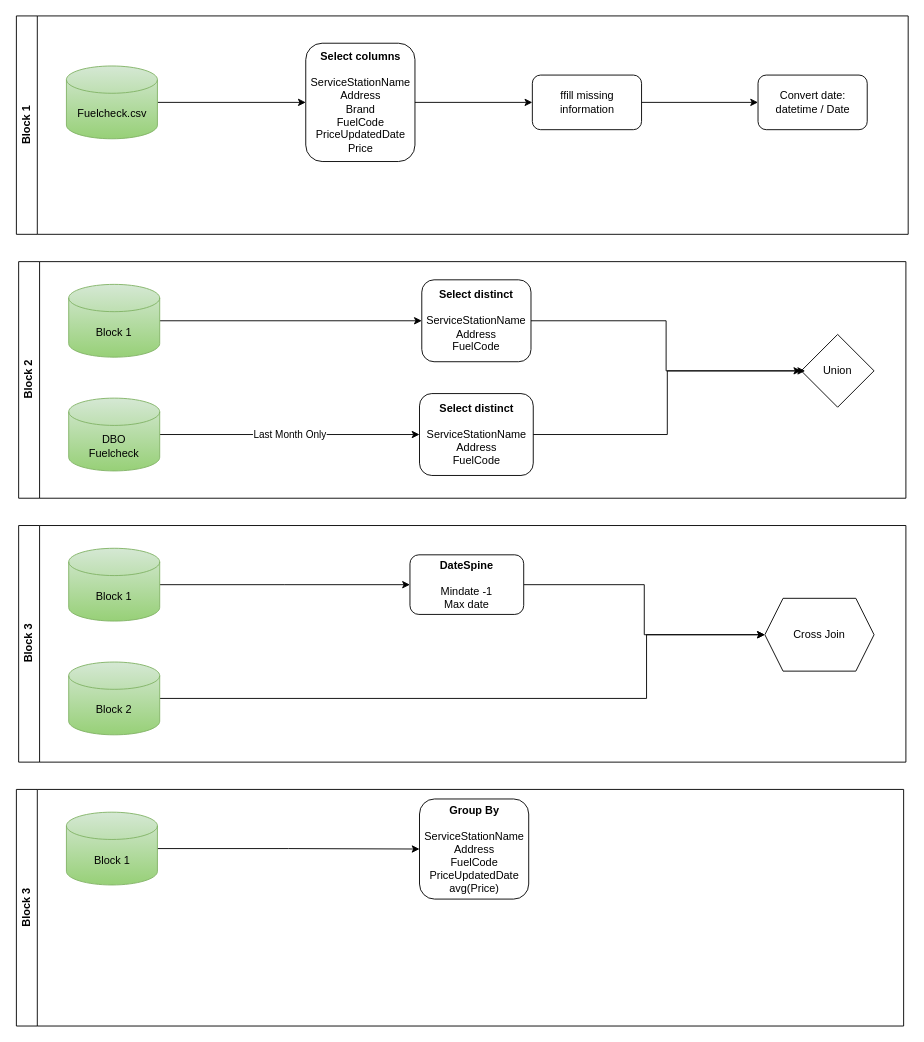
Constellation-Analytics/NSW-Fuel-Price-Insights keeps this draw.io diagram as documentation/dataflow specs/Module 1 DFD.drawio. Above is the earlier version. Source tidied: cells renumbered, new cells numbered last; positions are measured from the earlier drawing's top-left corner, leaving out a move shared by most shapes. Both pictures are drawn from the tidied source at 91%, with x=0, y=0 at pixel (16, 15).
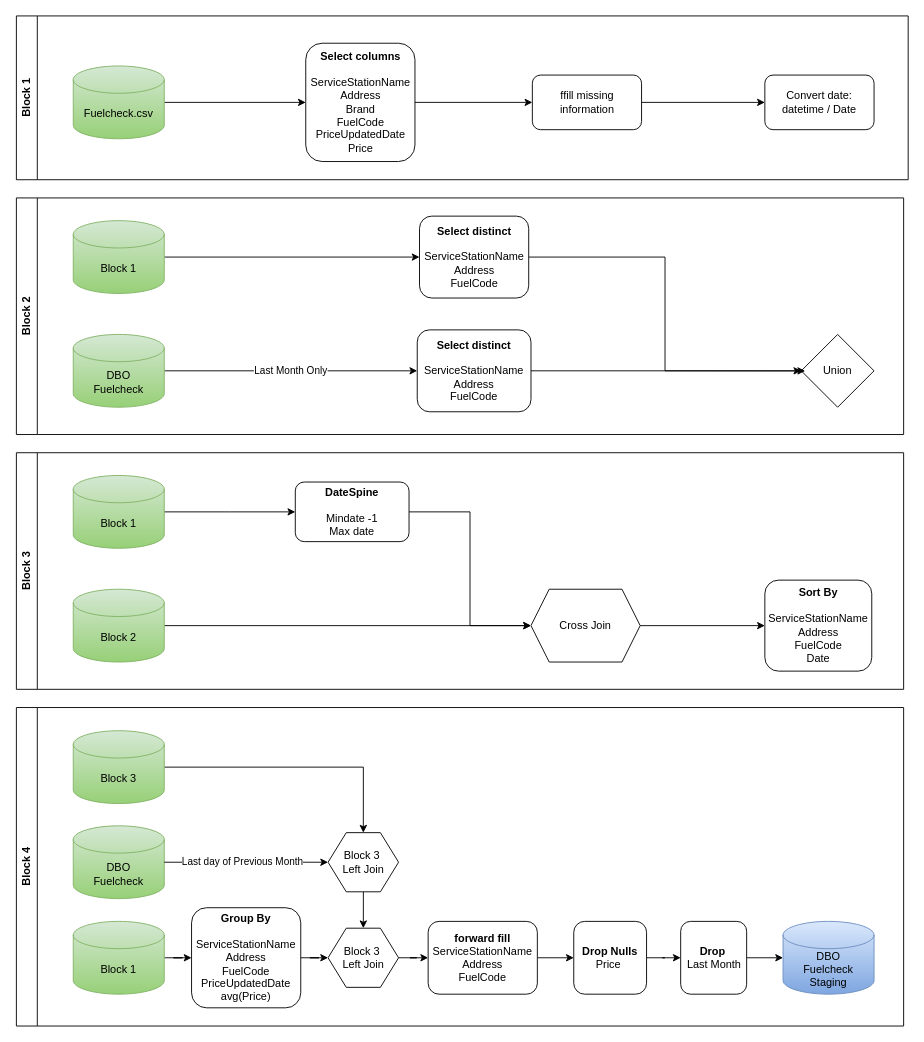
The same diagram, later.

Diff of the diagram source:
```diff
@@
     <mxCell id="2" value="Block 1" style="swimlane;horizontal=0;whiteSpace=wrap;html=1;" parent="1" vertex="1">
-      <mxGeometry x="-0.5" width="980" height="240" as="geometry" />
+      <mxGeometry x="-0.5" width="980" height="180" as="geometry" />
     </mxCell>
@@
     <mxCell id="4" value="Fuelcheck.csv" style="shape=cylinder3;whiteSpace=wrap;html=1;boundedLbl=1;backgroundOutline=1;size=15;fillColor=#d5e8d4;strokeColor=#82b366;gradientColor=#97d077;" parent="2" vertex="1">
-      <mxGeometry x="55" y="55" width="100" height="80" as="geometry" />
+      <mxGeometry x="62.5" y="55" width="100" height="80" as="geometry" />
     </mxCell>
@@
     <mxCell id="7" value="Convert date:&lt;div&gt;datetime / Date&lt;/div&gt;" style="rounded=1;whiteSpace=wrap;html=1;" parent="2" vertex="1">
-      <mxGeometry x="815" y="65" width="120" height="60" as="geometry" />
+      <mxGeometry x="822.5" y="65" width="120" height="60" as="geometry" />
     </mxCell>
@@
     <mxCell id="10" value="Block 2" style="swimlane;horizontal=0;whiteSpace=wrap;html=1;" parent="1" vertex="1">
-      <mxGeometry x="2" y="270" width="975" height="260" as="geometry" />
+      <mxGeometry x="-0.5" y="200" width="975" height="260" as="geometry" />
     </mxCell>
@@
     <mxCell id="14" value="DBO&lt;div&gt;Fuelcheck&lt;/div&gt;" style="shape=cylinder3;whiteSpace=wrap;html=1;boundedLbl=1;backgroundOutline=1;size=15;fillColor=#d5e8d4;strokeColor=#82b366;gradientColor=#97d077;" parent="10" vertex="1">
-      <mxGeometry x="55" y="150" width="100" height="80" as="geometry" />
+      <mxGeometry x="62.5" y="150" width="100" height="80" as="geometry" />
     </mxCell>
@@
     <mxCell id="16" value="Union" style="rhombus;whiteSpace=wrap;html=1;" parent="10" vertex="1">
-      <mxGeometry x="860" y="80" width="80" height="80" as="geometry" />
+      <mxGeometry x="862.5" y="150" width="80" height="80" as="geometry" />
     </mxCell>
@@
     <mxCell id="18" value="Block 1" style="shape=cylinder3;whiteSpace=wrap;html=1;boundedLbl=1;backgroundOutline=1;size=15;fillColor=#d5e8d4;strokeColor=#82b366;gradientColor=#97d077;" parent="10" vertex="1">
-      <mxGeometry x="55" y="25" width="100" height="80" as="geometry" />
+      <mxGeometry x="62.5" y="25" width="100" height="80" as="geometry" />
     </mxCell>
@@
     <mxCell id="20" value="Block 3" style="swimlane;horizontal=0;whiteSpace=wrap;html=1;" parent="1" vertex="1">
-      <mxGeometry x="2" y="560" width="975" height="260" as="geometry" />
+      <mxGeometry x="-0.5" y="480" width="975" height="260" as="geometry" />
     </mxCell>
-    <mxCell id="21" style="edgeStyle=orthogonalEdgeStyle;rounded=0;jettySize=auto;html=1;entryX=0;entryY=0.5;entryDx=0;entryDy=0;" parent="20" edge="1" source="22" target="27">
-      <mxGeometry relative="1" as="geometry">
-        <Array as="points">
-          <mxPoint x="690" y="190" />
-          <mxPoint x="690" y="120" />
-        </Array>
-      </mxGeometry>
+    <mxCell id="21" style="edgeStyle=orthogonalEdgeStyle;rounded=0;jettySize=auto;html=1;" parent="20" edge="1" source="22" target="27">
+      <mxGeometry relative="1" as="geometry" />
     </mxCell>
     <mxCell id="22" value="Block 2" style="shape=cylinder3;whiteSpace=wrap;html=1;boundedLbl=1;backgroundOutline=1;size=15;fillColor=#d5e8d4;strokeColor=#82b366;gradientColor=#97d077;" parent="20" vertex="1">
-      <mxGeometry x="55" y="150" width="100" height="80" as="geometry" />
+      <mxGeometry x="62.5" y="150" width="100" height="80" as="geometry" />
     </mxCell>
@@
     <mxCell id="24" value="&lt;b&gt;DateSpine&lt;/b&gt;&lt;div&gt;&lt;b&gt;&lt;br&gt;&lt;/b&gt;&lt;div&gt;Mindate -1&lt;div&gt;Max date&lt;/div&gt;&lt;/div&gt;&lt;/div&gt;" style="rounded=1;whiteSpace=wrap;html=1;" parent="20" vertex="1">
-      <mxGeometry x="430" y="32.2" width="125" height="65.5" as="geometry" />
+      <mxGeometry x="306.5" y="32.2" width="125" height="65.5" as="geometry" />
     </mxCell>
@@
     <mxCell id="26" value="Block 1" style="shape=cylinder3;whiteSpace=wrap;html=1;boundedLbl=1;backgroundOutline=1;size=15;fillColor=#d5e8d4;strokeColor=#82b366;gradientColor=#97d077;" parent="20" vertex="1">
-      <mxGeometry x="55" y="25" width="100" height="80" as="geometry" />
+      <mxGeometry x="62.5" y="25" width="100" height="80" as="geometry" />
     </mxCell>
+    <mxCell id="32" style="edgeStyle=orthogonalEdgeStyle;rounded=0;jettySize=auto;html=1;entryX=0;entryY=0.5;entryDx=0;entryDy=0;" parent="20" edge="1" source="27" target="33">
+      <mxGeometry relative="1" as="geometry" />
+    </mxCell>
     <mxCell id="27" value="Cross Join" style="shape=hexagon;perimeter=hexagonPerimeter2;whiteSpace=wrap;html=1;fixedSize=1;" parent="20" vertex="1">
-      <mxGeometry x="820" y="80" width="120" height="80" as="geometry" />
+      <mxGeometry x="565.5" y="150" width="120" height="80" as="geometry" />
     </mxCell>
+    <mxCell id="33" value="&lt;div&gt;&lt;b&gt;Sort By&lt;/b&gt;&lt;/div&gt;&lt;div&gt;&lt;b&gt;&lt;br&gt;&lt;/b&gt;&lt;/div&gt;&lt;div&gt;&lt;div&gt;ServiceStationName&lt;/div&gt;&lt;div&gt;Address&lt;/div&gt;&lt;div&gt;&lt;span style=&quot;background-color: transparent; color: light-dark(rgb(0, 0, 0), rgb(255, 255, 255));&quot;&gt;FuelCode&lt;/span&gt;&lt;/div&gt;&lt;/div&gt;&lt;div&gt;&lt;span style=&quot;background-color: transparent; color: light-dark(rgb(0, 0, 0), rgb(255, 255, 255));&quot;&gt;Date&lt;/span&gt;&lt;/div&gt;" style="rounded=1;whiteSpace=wrap;html=1;" parent="20" vertex="1">
+      <mxGeometry x="822.5" y="140" width="117.5" height="100" as="geometry" />
+    </mxCell>
-    <mxCell id="28" value="Block 3" style="swimlane;horizontal=0;whiteSpace=wrap;html=1;" parent="1" vertex="1">
-      <mxGeometry x="-0.5" y="850" width="975" height="260" as="geometry" />
+    <mxCell id="28" value="Block 4" style="swimlane;horizontal=0;whiteSpace=wrap;html=1;" parent="1" vertex="1">
+      <mxGeometry x="-0.5" y="760" width="975" height="350" as="geometry" />
     </mxCell>
+    <mxCell id="34" style="edgeStyle=orthogonalEdgeStyle;rounded=0;jettySize=auto;html=1;" parent="28" edge="1" source="29" target="41">
+      <mxGeometry relative="1" as="geometry" />
+    </mxCell>
     <mxCell id="29" value="&lt;div&gt;&lt;b&gt;Group By&lt;/b&gt;&lt;/div&gt;&lt;div&gt;&lt;b&gt;&lt;br&gt;&lt;/b&gt;&lt;/div&gt;&lt;div&gt;&lt;div&gt;&lt;div&gt;ServiceStationName&lt;/div&gt;&lt;div&gt;Address&lt;/div&gt;&lt;div&gt;&lt;span style=&quot;background-color: transparent; color: light-dark(rgb(0, 0, 0), rgb(255, 255, 255));&quot;&gt;FuelCode&lt;/span&gt;&lt;/div&gt;&lt;div&gt;PriceUpdatedDate&lt;/div&gt;&lt;/div&gt;&lt;/div&gt;&lt;div&gt;avg(Price)&lt;/div&gt;" style="rounded=1;whiteSpace=wrap;html=1;" parent="28" vertex="1">
-      <mxGeometry x="443" y="10.5" width="120" height="110" as="geometry" />
+      <mxGeometry x="192.5" y="220" width="120" height="110" as="geometry" />
     </mxCell>
-    <mxCell id="30" style="edgeStyle=orthogonalEdgeStyle;rounded=0;jettySize=auto;html=1;" parent="28" edge="1" source="31" target="29">
-      <mxGeometry relative="1" as="geometry" />
-    </mxCell>
+    <mxCell id="35" style="edgeStyle=orthogonalEdgeStyle;rounded=0;jettySize=auto;html=1;entryX=0.5;entryY=0;entryDx=0;entryDy=0;" parent="28" edge="1" source="31" target="48">
+      <mxGeometry relative="1" as="geometry" />
+    </mxCell>
-    <mxCell id="31" value="Block 1" style="shape=cylinder3;whiteSpace=wrap;html=1;boundedLbl=1;backgroundOutline=1;size=15;fillColor=#d5e8d4;strokeColor=#82b366;gradientColor=#97d077;" parent="28" vertex="1">
-      <mxGeometry x="55" y="25" width="100" height="80" as="geometry" />
+    <mxCell id="31" value="Block 3" style="shape=cylinder3;whiteSpace=wrap;html=1;boundedLbl=1;backgroundOutline=1;size=15;fillColor=#d5e8d4;strokeColor=#82b366;gradientColor=#97d077;" parent="28" vertex="1">
+      <mxGeometry x="62.5" y="25.5" width="100" height="80" as="geometry" />
     </mxCell>
+    <mxCell id="36" value="DBO&lt;div&gt;Fuelcheck&lt;/div&gt;" style="shape=cylinder3;whiteSpace=wrap;html=1;boundedLbl=1;backgroundOutline=1;size=15;fillColor=#d5e8d4;strokeColor=#82b366;gradientColor=#97d077;" parent="28" vertex="1">
+      <mxGeometry x="62.5" y="130" width="100" height="80" as="geometry" />
+    </mxCell>
+    <mxCell id="37" value="Last day of Previous Month" style="edgeStyle=orthogonalEdgeStyle;rounded=0;jettySize=auto;html=1;exitX=1;exitY=0.5;exitDx=0;exitDy=0;exitPerimeter=0;entryX=0;entryY=0.5;entryDx=0;entryDy=0;" parent="28" edge="1" source="36" target="48">
+      <mxGeometry x="-0.05" relative="1" as="geometry" />
+    </mxCell>
+    <mxCell id="38" style="edgeStyle=orthogonalEdgeStyle;rounded=0;jettySize=auto;html=1;" parent="28" edge="1" source="39" target="29">
+      <mxGeometry relative="1" as="geometry" />
+    </mxCell>
+    <mxCell id="39" value="Block 1" style="shape=cylinder3;whiteSpace=wrap;html=1;boundedLbl=1;backgroundOutline=1;size=15;fillColor=#d5e8d4;strokeColor=#82b366;gradientColor=#97d077;" parent="28" vertex="1">
+      <mxGeometry x="62.5" y="235" width="100" height="80" as="geometry" />
+    </mxCell>
+    <mxCell id="40" style="edgeStyle=orthogonalEdgeStyle;rounded=0;jettySize=auto;html=1;entryX=0;entryY=0.5;entryDx=0;entryDy=0;" parent="28" edge="1" source="41" target="43">
+      <mxGeometry relative="1" as="geometry" />
+    </mxCell>
+    <mxCell id="41" value="Block 3&amp;nbsp;&lt;div&gt;Left Join&lt;/div&gt;" style="shape=hexagon;perimeter=hexagonPerimeter2;whiteSpace=wrap;html=1;fixedSize=1;" parent="28" vertex="1">
+      <mxGeometry x="342.5" y="242.5" width="77.5" height="65" as="geometry" />
+    </mxCell>
+    <mxCell id="42" style="edgeStyle=orthogonalEdgeStyle;rounded=0;jettySize=auto;html=1;" parent="28" edge="1" source="43" target="46">
+      <mxGeometry relative="1" as="geometry" />
+    </mxCell>
+    <mxCell id="43" value="&lt;b&gt;forward fill&lt;/b&gt;&lt;div&gt;&lt;div&gt;ServiceStationName&lt;/div&gt;&lt;div&gt;Address&lt;/div&gt;&lt;div&gt;&lt;span style=&quot;background-color: transparent; color: light-dark(rgb(0, 0, 0), rgb(255, 255, 255));&quot;&gt;FuelCode&lt;/span&gt;&lt;/div&gt;&lt;/div&gt;" style="rounded=1;whiteSpace=wrap;html=1;" parent="28" vertex="1">
+      <mxGeometry x="452.5" y="235" width="120" height="80" as="geometry" />
+    </mxCell>
+    <mxCell id="44" value="DBO&lt;div&gt;Fuelcheck&lt;/div&gt;&lt;div&gt;Staging&lt;/div&gt;" style="shape=cylinder3;whiteSpace=wrap;html=1;boundedLbl=1;backgroundOutline=1;size=15;fillColor=#dae8fc;strokeColor=#6c8ebf;gradientColor=#7ea6e0;" parent="28" vertex="1">
+      <mxGeometry x="842.5" y="235" width="100" height="80" as="geometry" />
+    </mxCell>
+    <mxCell id="45" style="edgeStyle=orthogonalEdgeStyle;rounded=0;jettySize=auto;html=1;entryX=0;entryY=0.5;entryDx=0;entryDy=0;" parent="28" edge="1" source="46" target="50">
+      <mxGeometry relative="1" as="geometry" />
+    </mxCell>
+    <mxCell id="46" value="&lt;div&gt;&lt;div&gt;&lt;b&gt;Drop Nulls&lt;/b&gt;&lt;/div&gt;&lt;div&gt;Price&amp;nbsp;&lt;/div&gt;&lt;/div&gt;" style="rounded=1;whiteSpace=wrap;html=1;" parent="28" vertex="1">
+      <mxGeometry x="612.5" y="235" width="80" height="80" as="geometry" />
+    </mxCell>
+    <mxCell id="47" style="edgeStyle=orthogonalEdgeStyle;rounded=0;jettySize=auto;html=1;entryX=0.5;entryY=0;entryDx=0;entryDy=0;" parent="28" edge="1" source="48" target="41">
+      <mxGeometry relative="1" as="geometry" />
+    </mxCell>
+    <mxCell id="48" value="Block 3&amp;nbsp;&lt;div&gt;Left Join&lt;/div&gt;" style="shape=hexagon;perimeter=hexagonPerimeter2;whiteSpace=wrap;html=1;fixedSize=1;" parent="28" vertex="1">
+      <mxGeometry x="342.5" y="137.5" width="77.5" height="65" as="geometry" />
+    </mxCell>
+    <mxCell id="49" style="edgeStyle=orthogonalEdgeStyle;rounded=0;jettySize=auto;html=1;exitX=1;exitY=0.5;exitDx=0;exitDy=0;" parent="28" edge="1" source="50" target="44">
+      <mxGeometry relative="1" as="geometry" />
+    </mxCell>
+    <mxCell id="50" value="&lt;div&gt;&lt;div&gt;&lt;b&gt;Drop&amp;nbsp;&lt;/b&gt;&lt;/div&gt;&lt;div&gt;Last Month&lt;/div&gt;&lt;/div&gt;" style="rounded=1;whiteSpace=wrap;html=1;" parent="28" vertex="1">
+      <mxGeometry x="730" y="235" width="72.5" height="80" as="geometry" />
+    </mxCell>
```
